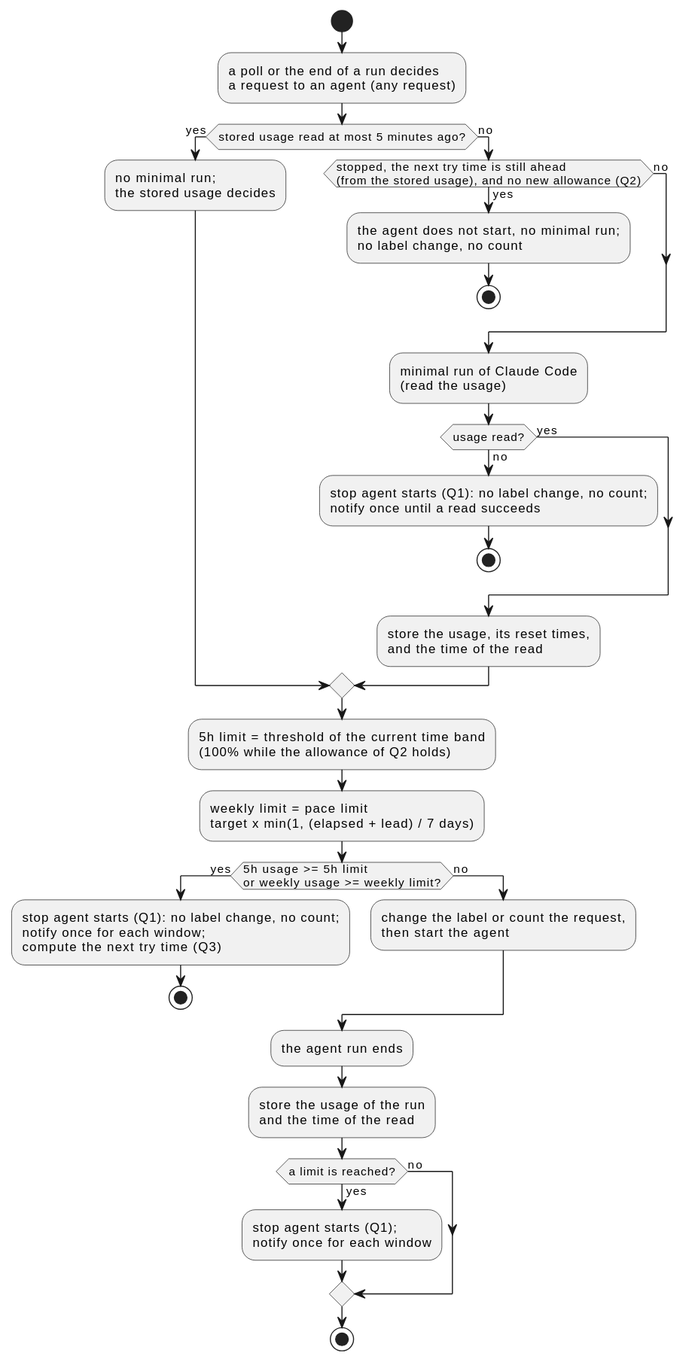
This is docs/ja/designs/quota-start.svg from cloveclovedev/cumin-works, a PlantUML export, as it was before one commit.
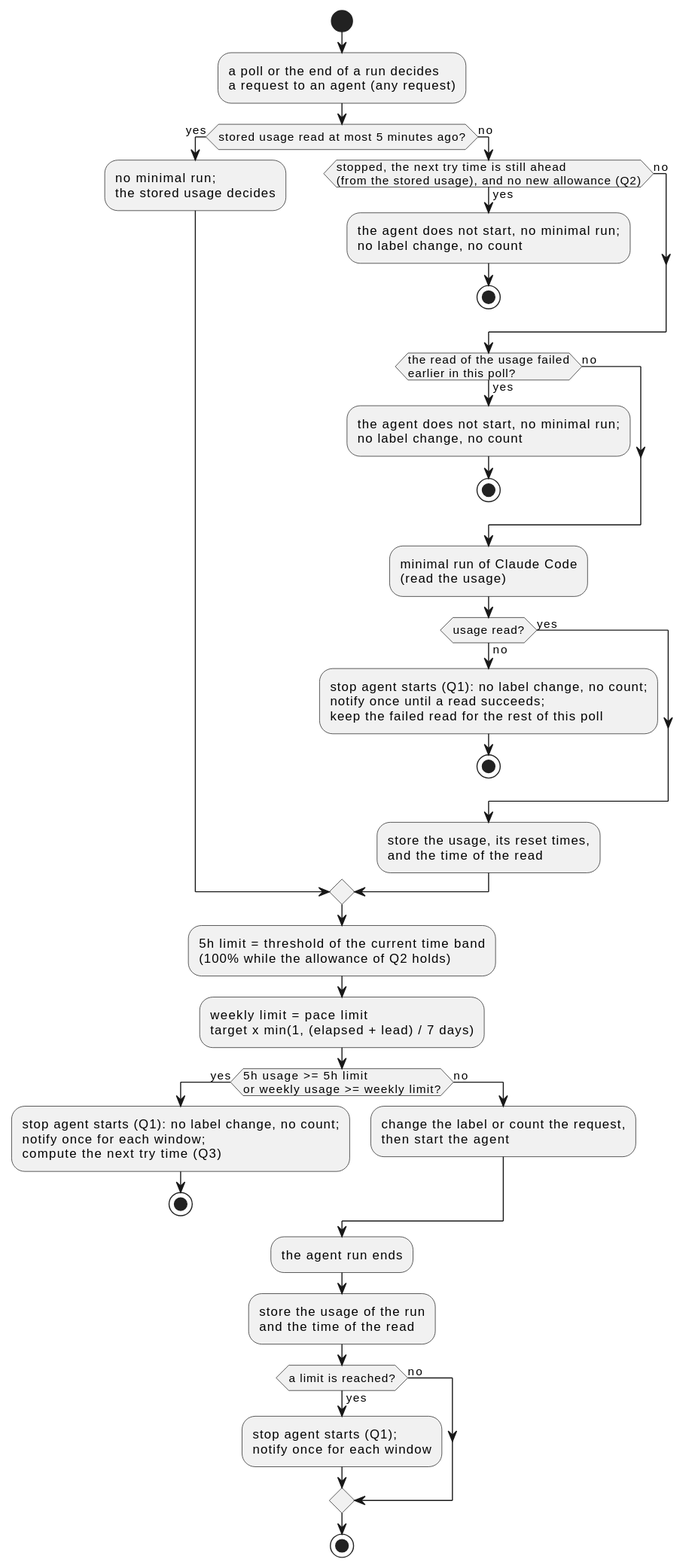
The same file after the commit.

Commit message:
feat(workflow): keep a failed read of the quota usage for the rest of the poll (#586)

What changed in the source:
```diff
@@ -12,9 +12,14 @@
   stop
 else (no)
 endif
+if (the read of the usage failed\nearlier in this poll?) then (yes)
+  :the agent does not start, no minimal run;\nno label change, no count;
+  stop
+else (no)
+endif
 :minimal run of Claude Code\n(read the usage);
 if (usage read?) then (no)
-  :stop agent starts (Q1): no label change, no count;\nnotify once until a read succeeds;
+  :stop agent starts (Q1): no label change, no count;\nnotify once until a read succeeds;\nkeep the failed read for the rest of this poll;
   stop
 else (yes)
 endif
```
